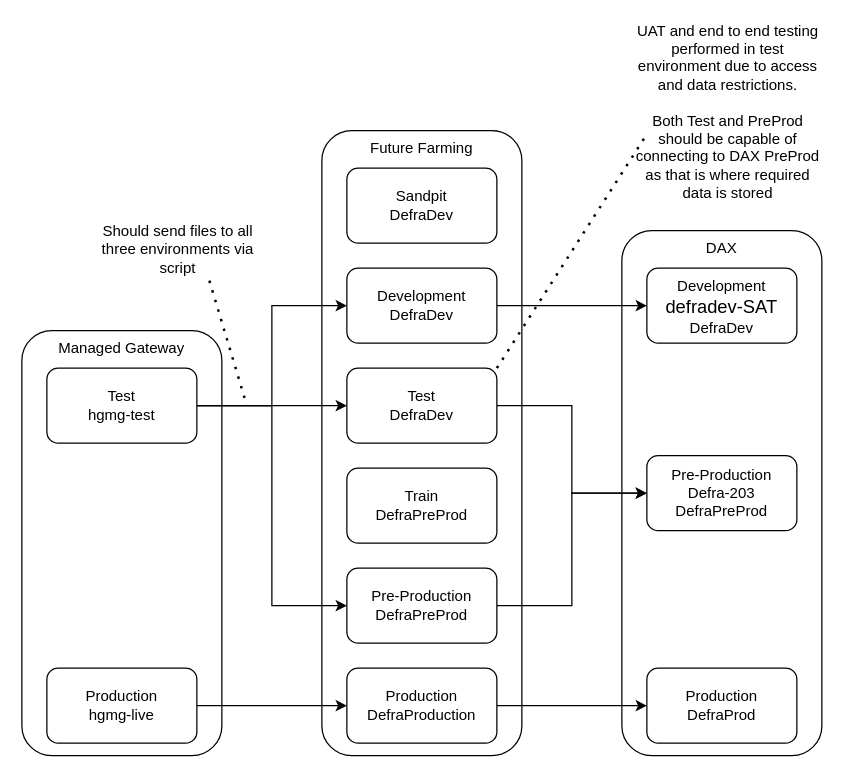
This is dax-integration.drawio from johnwatson484/diagrams, a draw.io file, before an edit. Source tidied: cells renumbered, new cells numbered last; positions are measured from the earlier drawing's top-left corner, leaving out a move shared by most shapes. Both pictures are drawn from the tidied source at 125%, with x=0, y=0 at pixel (21, 92).
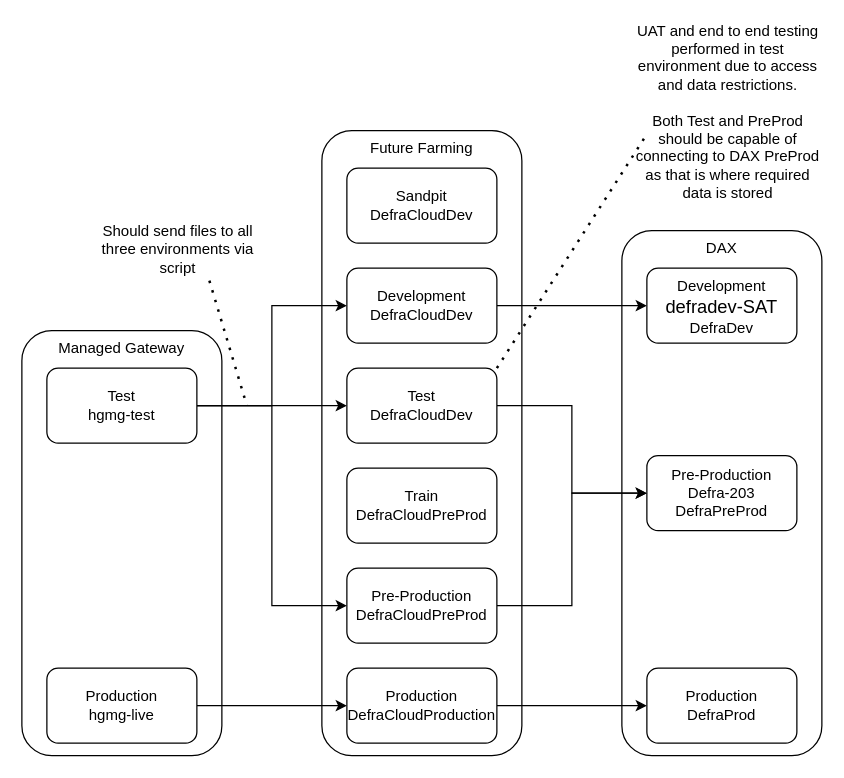
The same diagram, later.

Change to the diagram source:
```diff
@@
-    <mxCell id="5" value="Sandpit&lt;br&gt;DefraDev" style="rounded=1;whiteSpace=wrap;html=1;" parent="1" vertex="1">
+    <mxCell id="5" value="Sandpit&lt;br&gt;DefraCloudDev" style="rounded=1;whiteSpace=wrap;html=1;" parent="1" vertex="1">
       <mxGeometry x="260" y="60" width="120" height="60" as="geometry" />
     </mxCell>
@@
-    <mxCell id="7" value="Development&lt;br&gt;DefraDev" style="rounded=1;whiteSpace=wrap;html=1;" parent="1" vertex="1">
+    <mxCell id="7" value="Development&lt;br&gt;DefraCloudDev" style="rounded=1;whiteSpace=wrap;html=1;" parent="1" vertex="1">
       <mxGeometry x="260" y="140" width="120" height="60" as="geometry" />
     </mxCell>
@@
-    <mxCell id="9" value="Test&lt;br&gt;DefraDev" style="rounded=1;whiteSpace=wrap;html=1;" parent="1" vertex="1">
+    <mxCell id="9" value="Test&lt;br&gt;DefraCloudDev" style="rounded=1;whiteSpace=wrap;html=1;" parent="1" vertex="1">
       <mxGeometry x="260" y="220" width="120" height="60" as="geometry" />
     </mxCell>
-    <mxCell id="10" value="Train&lt;br&gt;DefraPreProd" style="rounded=1;whiteSpace=wrap;html=1;" parent="1" vertex="1">
+    <mxCell id="10" value="Train&lt;br&gt;DefraCloudPreProd" style="rounded=1;whiteSpace=wrap;html=1;" parent="1" vertex="1">
       <mxGeometry x="260" y="300" width="120" height="60" as="geometry" />
     </mxCell>
@@
-    <mxCell id="12" value="Pre-Production&lt;br&gt;DefraPreProd" style="rounded=1;whiteSpace=wrap;html=1;" parent="1" vertex="1">
+    <mxCell id="12" value="Pre-Production&lt;br&gt;DefraCloudPreProd" style="rounded=1;whiteSpace=wrap;html=1;" parent="1" vertex="1">
       <mxGeometry x="260" y="380" width="120" height="60" as="geometry" />
     </mxCell>
@@
-    <mxCell id="14" value="Production&lt;br&gt;DefraProduction" style="rounded=1;whiteSpace=wrap;html=1;" parent="1" vertex="1">
+    <mxCell id="14" value="Production&lt;br&gt;DefraCloudProduction" style="rounded=1;whiteSpace=wrap;html=1;" parent="1" vertex="1">
       <mxGeometry x="260" y="460" width="120" height="60" as="geometry" />
     </mxCell>
```
